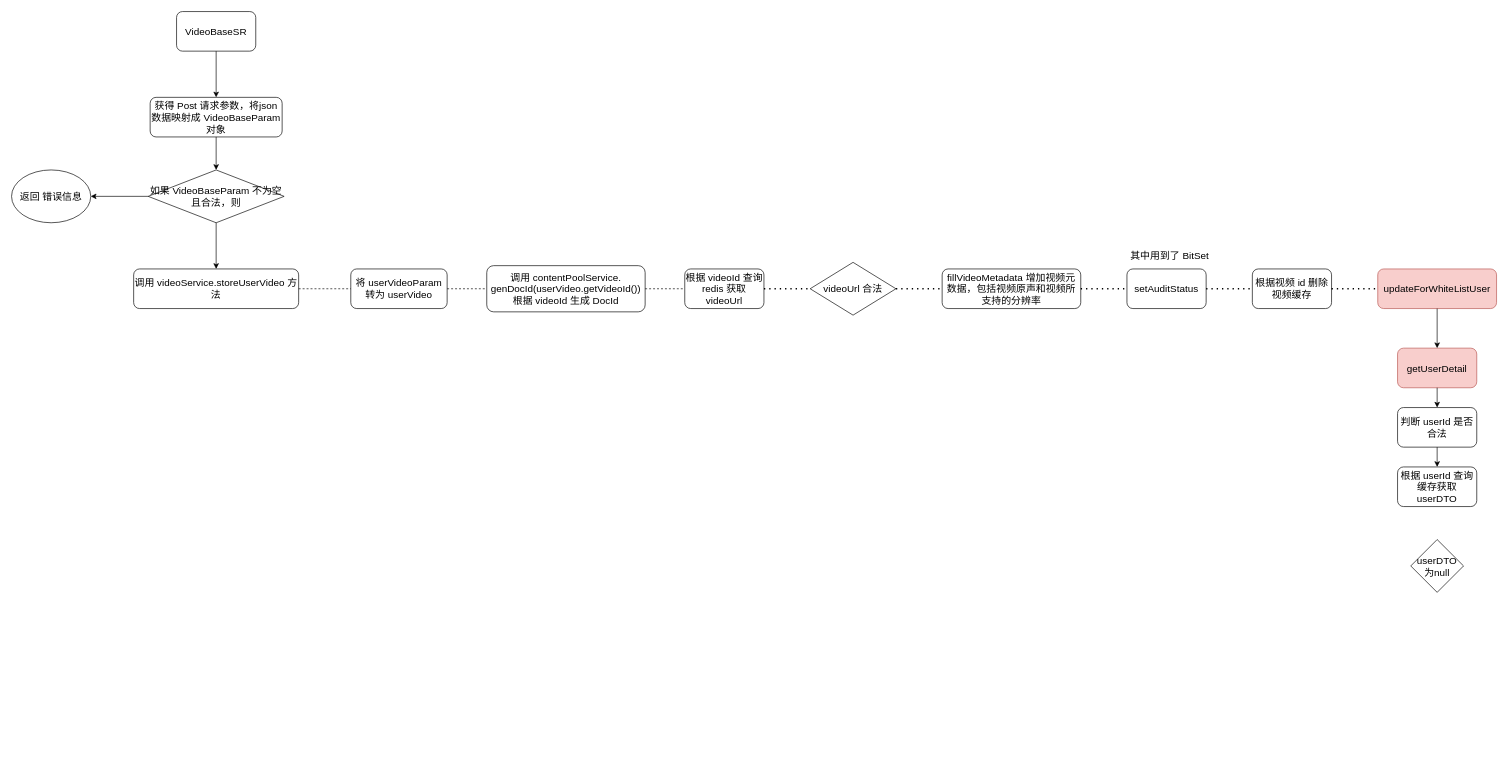
Earlier version of the draw.io diagram base.drawio (Enoch-Simon/drawios). Source tidied: cells renumbered, new cells numbered last; positions are measured from the earlier drawing's top-left corner, leaving out a move shared by most shapes. Both pictures are drawn from the tidied source at 66%, with x=0, y=0 at pixel (11, 11).
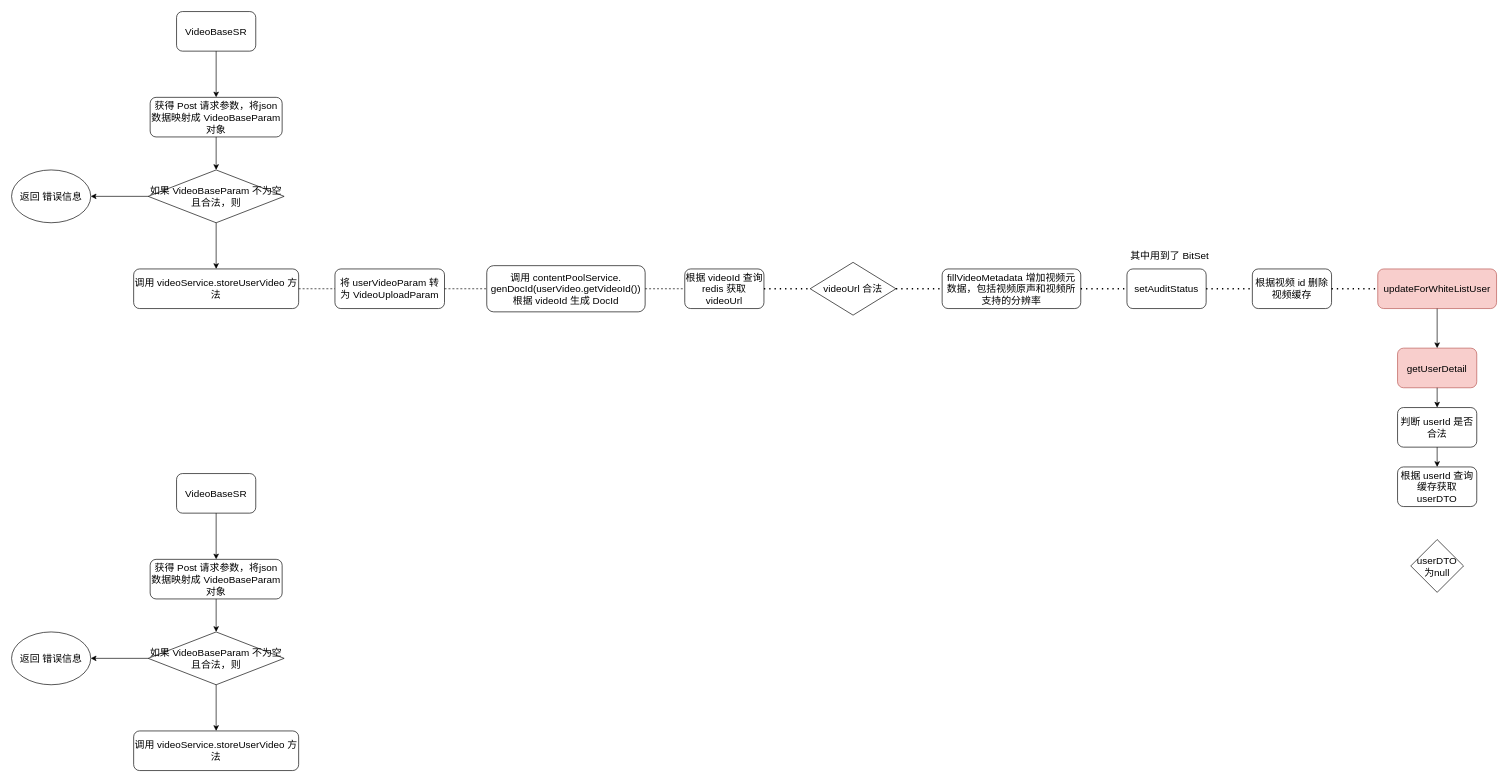
The same page after the edit.

Diff of the diagram source:
```diff
@@
-    <mxCell id="11" value="将&amp;nbsp;userVideoParam 转为&amp;nbsp;userVideo" style="rounded=1;whiteSpace=wrap;html=1;fontSize=15;" parent="1" vertex="1">
-      <mxGeometry x="514" y="390" width="146" height="60" as="geometry" />
+    <mxCell id="11" value="将&amp;nbsp;userVideoParam 转为&amp;nbsp;VideoUploadParam" style="rounded=1;whiteSpace=wrap;html=1;fontSize=15;" parent="1" vertex="1">
+      <mxGeometry x="490" y="390" width="166" height="60" as="geometry" />
     </mxCell>
@@
+    <mxCell id="35" value="VideoBaseSR" style="rounded=1;whiteSpace=wrap;html=1;fontSize=15;" parent="1" vertex="1">
+      <mxGeometry x="250" y="700" width="120" height="60" as="geometry" />
+    </mxCell>
+    <mxCell id="36" value="获得 Post 请求参数，将json数据映射成&amp;nbsp;VideoBaseParam 对象" style="rounded=1;whiteSpace=wrap;html=1;fontSize=15;" parent="1" vertex="1">
+      <mxGeometry x="210" y="830" width="200" height="60" as="geometry" />
+    </mxCell>
+    <mxCell id="37" value="调用&amp;nbsp;videoService.storeUserVideo 方法" style="rounded=1;whiteSpace=wrap;html=1;fontSize=15;" parent="1" vertex="1">
+      <mxGeometry x="185" y="1090" width="250" height="60" as="geometry" />
+    </mxCell>
+    <mxCell id="38" value="&lt;span&gt;如果&amp;nbsp;VideoBaseParam 不为空且合法，则&lt;/span&gt;" style="rhombus;whiteSpace=wrap;html=1;fontSize=15;" parent="1" vertex="1">
+      <mxGeometry x="207" y="940" width="206" height="80" as="geometry" />
+    </mxCell>
+    <mxCell id="39" style="endArrow=classic;html=1;fontSize=15;exitX=0.5;exitY=1;exitDx=0;exitDy=0;entryX=0.5;entryY=0;entryDx=0;entryDy=0;" parent="1" edge="1" source="35" target="36">
+      <mxGeometry relative="1" as="geometry" />
+    </mxCell>
+    <mxCell id="40" style="endArrow=classic;html=1;fontSize=15;exitX=0.5;exitY=1;exitDx=0;exitDy=0;entryX=0.5;entryY=0;entryDx=0;entryDy=0;" parent="1" edge="1" source="36" target="38">
+      <mxGeometry relative="1" as="geometry" />
+    </mxCell>
+    <mxCell id="41" style="endArrow=classic;html=1;fontSize=15;exitX=0.5;exitY=1;exitDx=0;exitDy=0;entryX=0.5;entryY=0;entryDx=0;entryDy=0;" parent="1" edge="1" source="38" target="37">
+      <mxGeometry relative="1" as="geometry" />
+    </mxCell>
+    <mxCell id="42" style="endArrow=classic;html=1;fontSize=15;exitX=0;exitY=0.5;exitDx=0;exitDy=0;" parent="1" edge="1" source="38">
+      <mxGeometry relative="1" as="geometry">
+        <mxPoint x="120" y="980" as="targetPoint" />
+      </mxGeometry>
+    </mxCell>
+    <mxCell id="43" value="返回 错误信息" style="ellipse;whiteSpace=wrap;html=1;fontSize=15;" parent="1" vertex="1">
+      <mxGeometry y="940" width="120" height="80" as="geometry" />
+    </mxCell>
```
